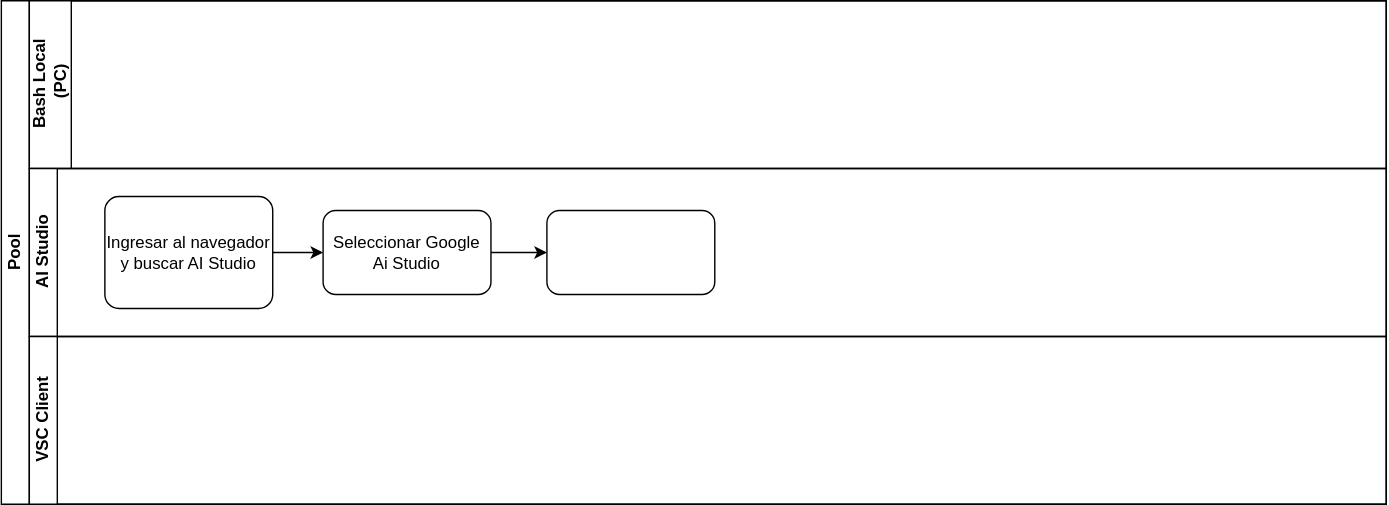
Above: systems_analysis/eva2/crear-env-vars-gitbash-windows.drawio.svg in cdvelop/aiep (draw.io), before the change. Source tidied: cells renumbered, new cells last; positions are measured from the earlier drawing's top-left corner, leaving out a move shared by most shapes.
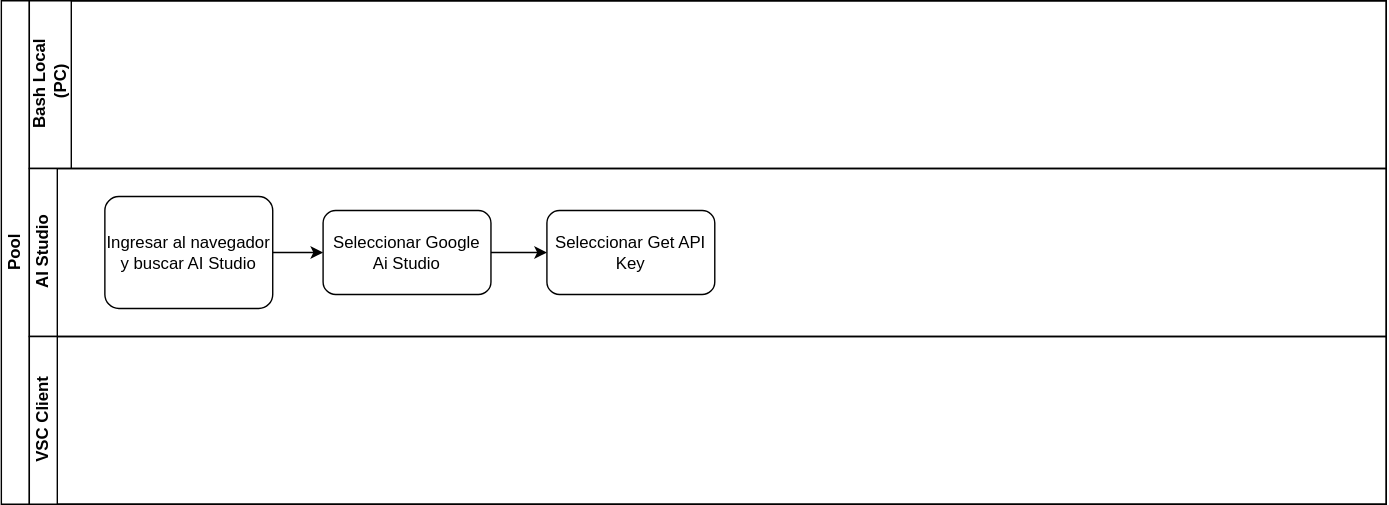
Above is the later version.

What changed in the source:
```diff
@@ -23,7 +23,7 @@
     <mxCell id="8" value="Seleccionar Google Ai Studio" style="rounded=1;whiteSpace=wrap;html=1;" parent="4" vertex="1">
       <mxGeometry x="210" y="30" width="120" height="60" as="geometry" />
     </mxCell>
-    <mxCell id="9" style="rounded=1;whiteSpace=wrap;html=1;" parent="4" vertex="1">
+    <mxCell id="9" value="Seleccionar Get API Key" style="rounded=1;whiteSpace=wrap;html=1;" parent="4" vertex="1">
       <mxGeometry x="370" y="30" width="120" height="60" as="geometry" />
     </mxCell>
     <mxCell id="10" value="VSC Client" style="swimlane;html=1;startSize=20;horizontal=0;" parent="2" vertex="1">
```
